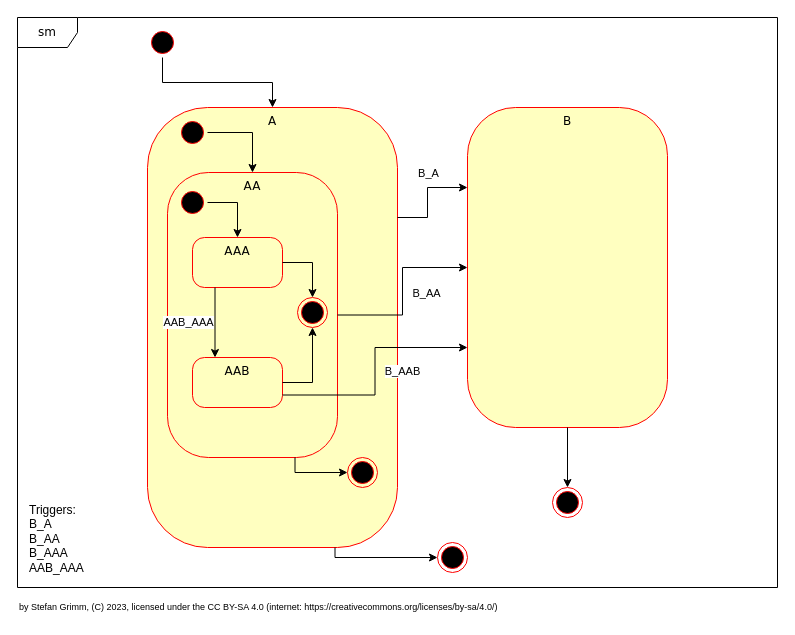
The draw.io diagram vsprojs/UnitTests/InitFinishTransitionSubstateTest.drawio in mrstefangrimm/TemplateStateMachine, before the edit. Source tidied: cells renumbered, new cells numbered last; positions are measured from the earlier drawing's top-left corner, leaving out a move shared by most shapes. Both pictures are drawn from the tidied source at 100%, with x=0, y=0 at pixel (17, 17).
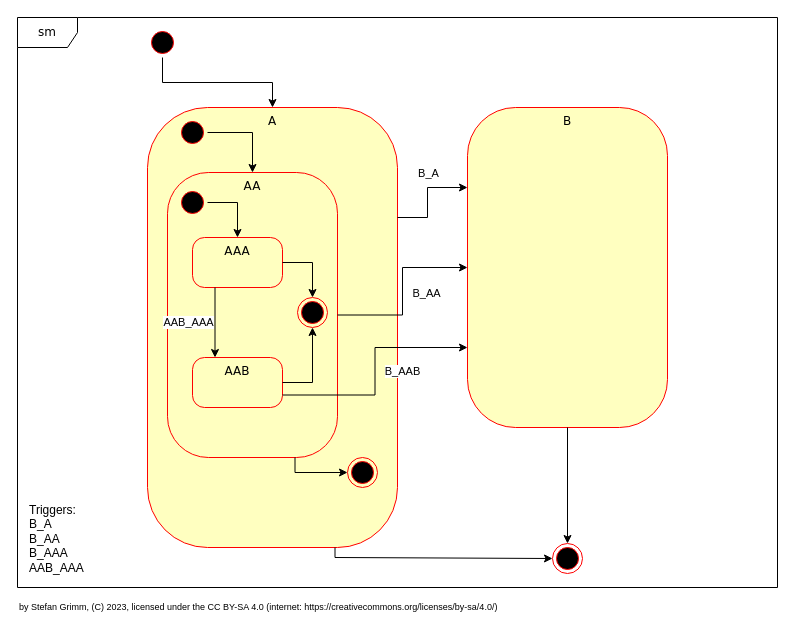
The same page after the edit.

Unchanged cells that the change refers to:
```xml
<mxCell id="3" value="A" style="rounded=1;whiteSpace=wrap;html=1;arcSize=24;fillColor=#ffffc0;strokeColor=#ff0000;shadow=0;comic=0;labelBackgroundColor=none;fontFamily=Verdana;fontSize=12;fontColor=#000000;align=center;verticalAlign=top;" parent="1" vertex="1">
  <mxGeometry x="130" y="90" width="250" height="440" as="geometry" />
</mxCell>
```

The edit, as a diff of the source:
```diff
@@
     <mxCell id="9" style="ellipse;html=1;shape=endState;fillColor=#000000;strokeColor=#ff0000;direction=south;" parent="1" vertex="1">
-      <mxGeometry x="535" y="470" width="30" height="30" as="geometry" />
+      <mxGeometry x="535" y="526" width="30" height="30" as="geometry" />
     </mxCell>
@@
-    <mxCell id="29" style="ellipse;html=1;shape=endState;fillColor=#000000;strokeColor=#ff0000;direction=south;" parent="1" vertex="1">
-      <mxGeometry x="420" y="525" width="30" height="30" as="geometry" />
-    </mxCell>
-    <mxCell id="30" style="edgeStyle=orthogonalEdgeStyle;rounded=0;jettySize=auto;html=1;entryX=0.5;entryY=1;entryDx=0;entryDy=0;exitX=0.75;exitY=1;exitDx=0;exitDy=0;" parent="1" edge="1" source="3" target="29">
+    <mxCell id="30" style="edgeStyle=orthogonalEdgeStyle;rounded=0;jettySize=auto;html=1;entryX=0.5;entryY=1;entryDx=0;entryDy=0;exitX=0.75;exitY=1;exitDx=0;exitDy=0;" parent="1" edge="1" source="3" target="9">
       <mxGeometry relative="1" as="geometry">
         <Array as="points">
           <mxPoint x="318" y="540" />
+          <mxPoint x="535" y="540" />
         </Array>
       </mxGeometry>
     </mxCell>
```
